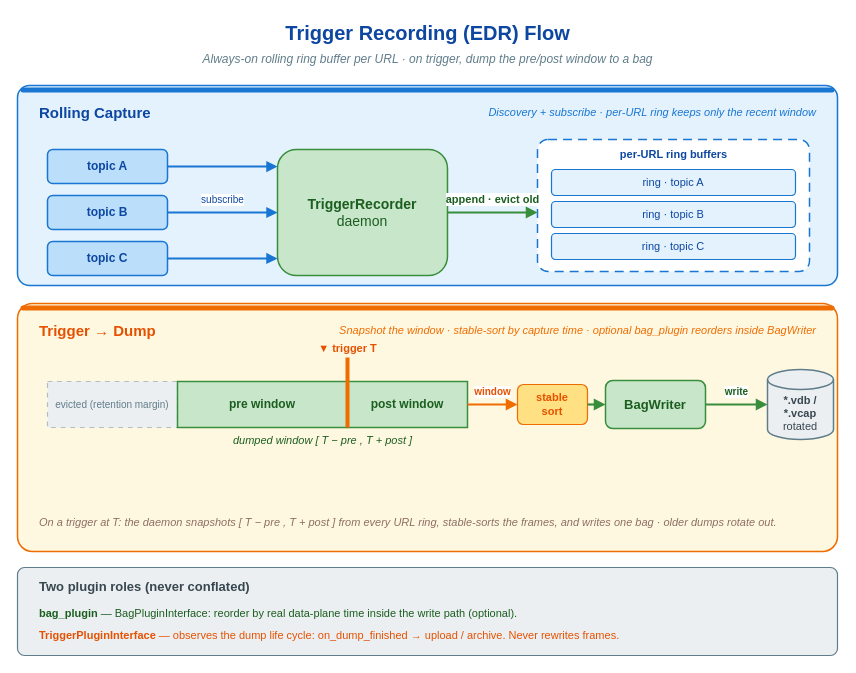
Before: doc/images/trigger-recording-flow.drawio in thun-res/vlink, a draw.io diagram. Source tidied: cells renumbered, new cells numbered last; positions are measured from the earlier drawing's top-left corner, leaving out a move shared by most shapes. Both pictures are drawn from the tidied source at 100%, with x=0, y=0 at pixel (17, 17).
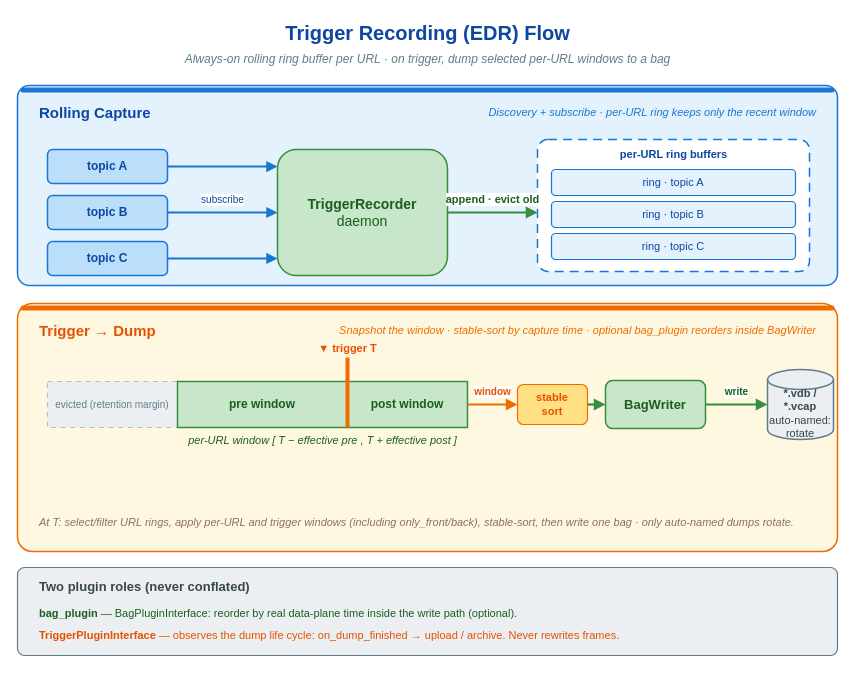
After the change.

Change to the diagram source:
```diff
@@
-    <mxCell id="3" value="Always-on rolling ring buffer per URL · on trigger, dump the pre/post window to a bag" style="text;html=1;align=center;verticalAlign=middle;strokeColor=none;fillColor=none;fontFamily=Helvetica;fontSize=12;fontStyle=2;fontColor=#607d8b;" parent="1" vertex="1">
+    <mxCell id="3" value="Always-on rolling ring buffer per URL · on trigger, dump selected per-URL windows to a bag" style="text;html=1;align=center;verticalAlign=middle;strokeColor=none;fillColor=none;fontFamily=Helvetica;fontSize=12;fontStyle=2;fontColor=#607d8b;" parent="1" vertex="1">
       <mxGeometry y="32" width="820" height="20" as="geometry" />
     </mxCell>
@@
-    <mxCell id="30" value="dumped window  [ T − pre ,  T + post ]" style="text;html=1;align=center;verticalAlign=middle;strokeColor=none;fillColor=none;fontFamily=Helvetica;fontSize=11;fontStyle=2;fontColor=#1b5e20;" parent="1" vertex="1">
+    <mxCell id="30" value="per-URL window  [ T − effective pre ,  T + effective post ]" style="text;html=1;align=center;verticalAlign=middle;strokeColor=none;fillColor=none;fontFamily=Helvetica;fontSize=11;fontStyle=2;fontColor=#1b5e20;" parent="1" vertex="1">
       <mxGeometry x="160" y="414" width="290" height="18" as="geometry" />
     </mxCell>
@@
-    <mxCell id="33" value="&lt;b&gt;*.vdb / *.vcap&lt;/b&gt;&lt;br/&gt;rotated" style="shape=cylinder3;whiteSpace=wrap;html=1;boundedLbl=1;backgroundOutline=1;size=10;fontFamily=Helvetica;fillColor=#eceff1;strokeColor=#607d8b;strokeWidth=1.5;fontSize=11;fontColor=#37474f;shadow=0;" parent="1" vertex="1">
+    <mxCell id="33" value="&lt;b&gt;*.vdb / *.vcap&lt;/b&gt;&lt;br/&gt;auto-named: rotate" style="shape=cylinder3;whiteSpace=wrap;html=1;boundedLbl=1;backgroundOutline=1;size=10;fontFamily=Helvetica;fillColor=#eceff1;strokeColor=#607d8b;strokeWidth=1.5;fontSize=11;fontColor=#37474f;shadow=0;" parent="1" vertex="1">
       <mxGeometry x="750" y="352" width="66" height="70" as="geometry" />
     </mxCell>
@@
-    <mxCell id="37" value="On a trigger at T: the daemon snapshots [ T − pre , T + post ] from every URL ring, stable-sorts the frames, and writes one bag · older dumps rotate out." style="text;html=1;align=left;verticalAlign=middle;strokeColor=none;fillColor=none;fontFamily=Helvetica;fontSize=11;fontStyle=2;fontColor=#8d6e63;" parent="1" vertex="1">
+    <mxCell id="37" value="At T: select/filter URL rings, apply per-URL and trigger windows (including only_front/back), stable-sort, then write one bag · only auto-named dumps rotate." style="text;html=1;align=left;verticalAlign=middle;strokeColor=none;fillColor=none;fontFamily=Helvetica;fontSize=11;fontStyle=2;fontColor=#8d6e63;" parent="1" vertex="1">
       <mxGeometry x="20" y="488" width="780" height="34" as="geometry" />
     </mxCell>
```
